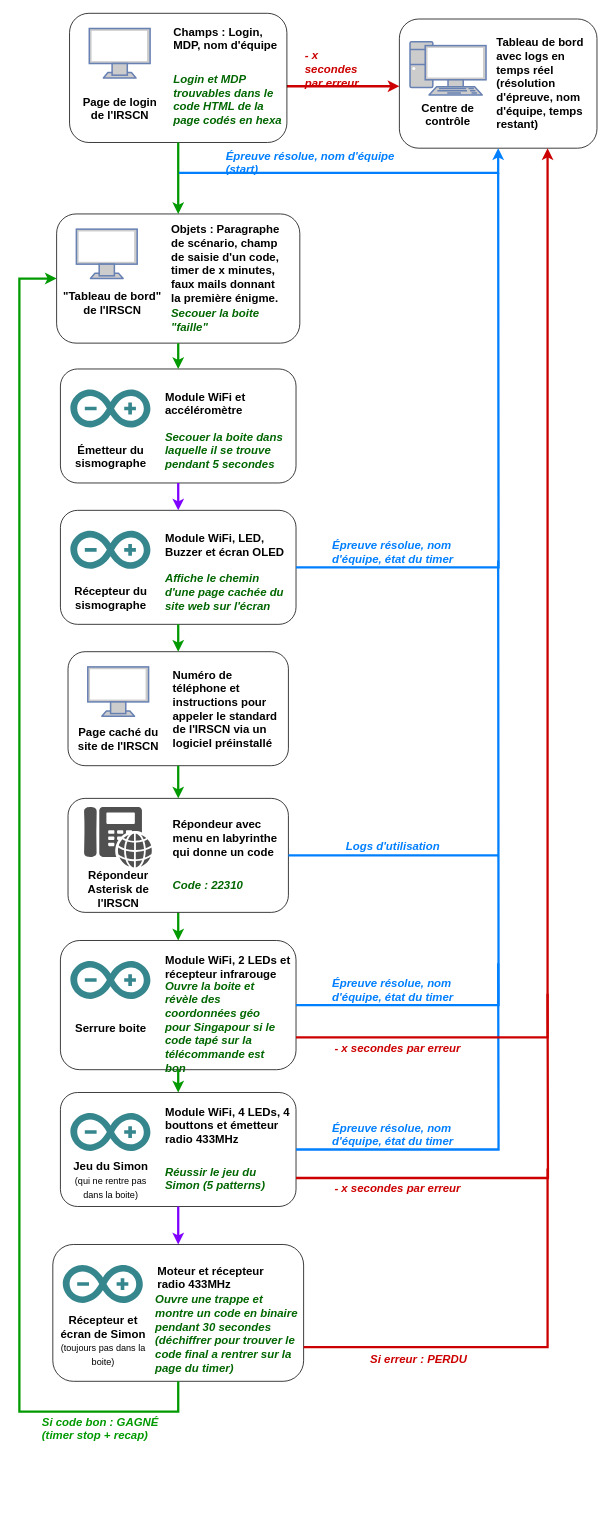
Nolan-BY/EscapeGame keeps this draw.io diagram as Docs/EscapeGameDiagram.drawio. Above is the earlier version. Source tidied: cells renumbered, new cells numbered last; positions are measured from the earlier drawing's top-left corner, leaving out a move shared by most shapes. Both pictures are drawn from the tidied source at 76%, with x=0, y=0 at pixel (19, 13).
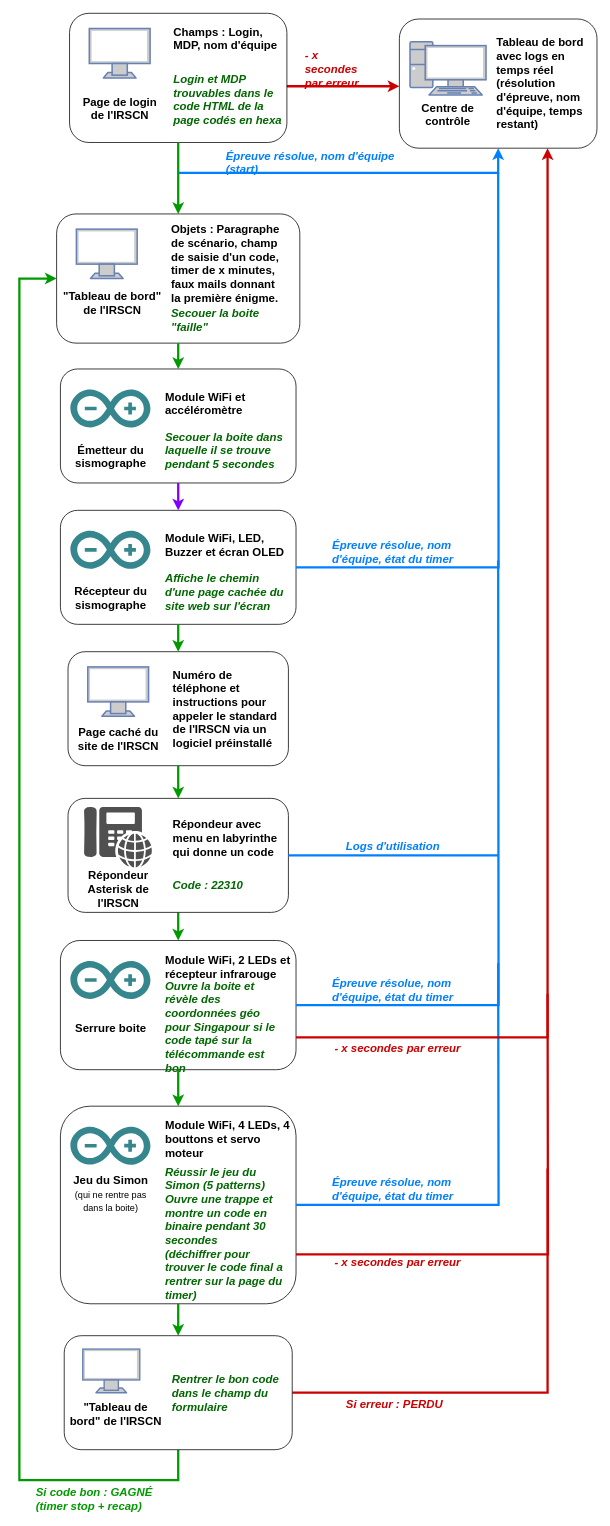
After the change.

Commit message (it also covers changes not shown here):
Diagrams and wifi update

The change refers to these unchanged cells:
```xml
<mxCell id="12" style="rounded=1;whiteSpace=wrap;html=1;fontSize=15;" parent="11" vertex="1">
  <mxGeometry width="320" height="170" as="geometry" />
</mxCell>
```

The edit, as a diff of the source:
```diff
@@
     <mxCell id="40" style="group;" parent="1" vertex="1">
-      <mxGeometry x="54" y="1420" width="310" height="150" as="geometry" />
+      <mxGeometry x="54" y="1438" width="310" height="270" as="geometry" />
     </mxCell>
     <mxCell id="41" style="rounded=1;whiteSpace=wrap;html=1;fontSize=15;" parent="40" vertex="1">
-      <mxGeometry width="310" height="150" as="geometry" />
+      <mxGeometry width="310" height="260" as="geometry" />
     </mxCell>
@@
-    <mxCell id="43" value="Module WiFi, 4 LEDs, 4 bouttons et émetteur radio 433MHz" style="text;html=1;strokeColor=none;fillColor=none;align=left;verticalAlign=middle;whiteSpace=wrap;rounded=0;fontSize=15;fontStyle=1;" parent="40" vertex="1">
+    <mxCell id="43" value="Module WiFi, 4 LEDs, 4 bouttons et servo moteur" style="text;html=1;strokeColor=none;fillColor=none;align=left;verticalAlign=middle;whiteSpace=wrap;rounded=0;fontSize=15;fontStyle=1;" parent="40" vertex="1">
       <mxGeometry x="136" y="18" width="170" height="50" as="geometry" />
     </mxCell>
-    <mxCell id="44" value="Réussir le jeu du Simon (5 patterns)" style="text;html=1;strokeColor=none;fillColor=none;align=left;verticalAlign=middle;whiteSpace=wrap;rounded=0;fontSize=15;fontStyle=3;fontColor=#006600;" parent="40" vertex="1">
-      <mxGeometry x="136" y="91" width="164" height="44" as="geometry" />
+    <mxCell id="44" value="&lt;div&gt;Réussir le jeu du Simon (5 patterns)&lt;/div&gt;&lt;div&gt;Ouvre une trappe et montre un code en binaire pendant 30 secondes &lt;br/&gt;(déchiffrer pour trouver le code final a rentrer sur la page du timer)&lt;/div&gt;" style="text;html=1;strokeColor=none;fillColor=none;align=left;verticalAlign=middle;whiteSpace=wrap;rounded=0;fontSize=15;fontStyle=3;fontColor=#006600;" parent="40" vertex="1">
+      <mxGeometry x="136" y="77" width="164" height="179" as="geometry" />
     </mxCell>
@@
-    <mxCell id="46" style="group;" parent="1" vertex="1">
-      <mxGeometry x="44" y="1620" width="330" height="180" as="geometry" />
-    </mxCell>
-    <mxCell id="47" style="rounded=1;whiteSpace=wrap;html=1;fontSize=15;" parent="46" vertex="1">
-      <mxGeometry width="330" height="180" as="geometry" />
-    </mxCell>
-    <mxCell id="48" value="&lt;div&gt;Récepteur et écran de Simon&lt;/div&gt;&lt;div&gt;&lt;font size=&quot;1&quot;&gt;&lt;span style=&quot;font-weight: normal; font-size: 12px;&quot;&gt;(toujours pas dans la boite)&lt;/span&gt;&lt;/font&gt;&lt;/div&gt;" style="text;html=1;strokeColor=none;fillColor=none;align=center;verticalAlign=middle;whiteSpace=wrap;rounded=0;fontSize=15;fontStyle=1;" parent="46" vertex="1">
-      <mxGeometry x="8.5" y="91" width="114.5" height="69" as="geometry" />
-    </mxCell>
-    <mxCell id="49" value="Moteur et récepteur radio 433MHz" style="text;html=1;strokeColor=none;fillColor=none;align=left;verticalAlign=middle;whiteSpace=wrap;rounded=0;fontSize=15;fontStyle=1;" parent="46" vertex="1">
-      <mxGeometry x="136" y="18" width="170" height="50" as="geometry" />
-    </mxCell>
-    <mxCell id="50" style="dashed=0;html=1;align=center;labelPosition=center;verticalLabelPosition=bottom;verticalAlign=top;shape=mxgraph.weblogos.arduino;fillColor=#36868D;strokeColor=none;" parent="46" vertex="1">
-      <mxGeometry x="13.1" y="27" width="105.3" height="50" as="geometry" />
-    </mxCell>
-    <mxCell id="51" value="Ouvre une trappe et montre un code en binaire pendant 30 secondes (déchiffrer pour trouver le code final a rentrer sur la page du timer)" style="text;html=1;strokeColor=none;fillColor=none;align=left;verticalAlign=middle;whiteSpace=wrap;rounded=0;fontSize=15;fontStyle=3;fontColor=#006600;" parent="46" vertex="1">
-      <mxGeometry x="133" y="67" width="194" height="99" as="geometry" />
-    </mxCell>
@@
-    <mxCell id="65" style="edgeStyle=orthogonalEdgeStyle;rounded=0;jettySize=auto;html=1;exitX=0.5;exitY=1;exitDx=0;exitDy=0;entryX=0.5;entryY=0;entryDx=0;entryDy=0;strokeColor=#7F00FF;strokeWidth=3;fontSize=15;fontColor=#007FFF;endArrow=classic;endFill=1;" parent="1" edge="1" source="41" target="47">
+    <mxCell id="65" style="edgeStyle=orthogonalEdgeStyle;rounded=0;jettySize=auto;html=1;exitX=0.5;exitY=1;exitDx=0;exitDy=0;strokeColor=#009900;strokeWidth=3;fontSize=15;fontColor=#007FFF;endArrow=classic;endFill=1;entryX=0.5;entryY=0;entryDx=0;entryDy=0;" parent="1" edge="1" source="41" target="88">
       <mxGeometry relative="1" as="geometry" />
     </mxCell>
@@
     <mxCell id="68" value="&lt;font&gt;Épreuve résolue, nom d'équipe, état du timer&lt;br&gt;&lt;/font&gt;" style="text;html=1;strokeColor=none;fillColor=none;align=left;verticalAlign=middle;whiteSpace=wrap;rounded=0;fontSize=15;fontStyle=3;fontColor=#007FFF;" parent="1" vertex="1">
-      <mxGeometry x="410" y="1460" width="166" height="30" as="geometry" />
+      <mxGeometry x="410" y="1532" width="166" height="30" as="geometry" />
     </mxCell>
-    <mxCell id="69" style="edgeStyle=orthogonalEdgeStyle;rounded=0;jettySize=auto;html=1;exitX=0.5;exitY=1;exitDx=0;exitDy=0;entryX=0;entryY=0.5;entryDx=0;entryDy=0;strokeColor=#009900;strokeWidth=3;fontSize=15;fontColor=#007FFF;endArrow=classic;endFill=1;" parent="1" edge="1" source="47" target="12">
+    <mxCell id="69" style="edgeStyle=orthogonalEdgeStyle;rounded=0;jettySize=auto;html=1;entryX=0;entryY=0.5;entryDx=0;entryDy=0;strokeColor=#009900;strokeWidth=3;fontSize=15;fontColor=#007FFF;endArrow=classic;endFill=1;exitX=0.5;exitY=1;exitDx=0;exitDy=0;" parent="1" edge="1" source="88" target="12">
       <mxGeometry relative="1" as="geometry">
         <Array as="points">
-          <mxPoint x="209" y="1840" />
-          <mxPoint y="1840" />
+          <mxPoint x="209" y="1930" />
+          <mxPoint y="1930" />
           <mxPoint y="349" />
         </Array>
       </mxGeometry>
     </mxCell>
@@
     <mxCell id="73" value="&lt;font color=&quot;#CC0000&quot;&gt;- x secondes par erreur&lt;/font&gt;" style="text;html=1;strokeColor=none;fillColor=none;align=left;verticalAlign=middle;whiteSpace=wrap;rounded=0;fontSize=15;fontStyle=3;fontColor=#006600;" parent="1" vertex="1">
-      <mxGeometry x="413" y="1530" width="168" height="30" as="geometry" />
+      <mxGeometry x="413" y="1628" width="168" height="30" as="geometry" />
     </mxCell>
-    <mxCell id="74" style="edgeStyle=orthogonalEdgeStyle;rounded=0;jettySize=auto;html=1;strokeColor=#CC0000;strokeWidth=3;fontSize=15;fontColor=#007FFF;endArrow=none;endFill=0;exitX=1;exitY=0.75;exitDx=0;exitDy=0;" parent="1" edge="1" source="47">
+    <mxCell id="74" style="edgeStyle=orthogonalEdgeStyle;rounded=0;jettySize=auto;html=1;strokeColor=#CC0000;strokeWidth=3;fontSize=15;fontColor=#007FFF;endArrow=none;endFill=0;exitX=1;exitY=0.5;exitDx=0;exitDy=0;" parent="1" edge="1" source="88">
       <mxGeometry relative="1" as="geometry">
         <mxPoint x="695" y="1520" as="targetPoint" />
         <Array as="points">
-          <mxPoint x="695" y="1755" />
+          <mxPoint x="695" y="1815" />
         </Array>
       </mxGeometry>
     </mxCell>
     <mxCell id="75" value="&lt;font color=&quot;#CC0000&quot;&gt;Si erreur : PERDU&lt;br&gt;&lt;/font&gt;" style="text;html=1;strokeColor=none;fillColor=none;align=left;verticalAlign=middle;whiteSpace=wrap;rounded=0;fontSize=15;fontStyle=3;fontColor=#006600;" parent="1" vertex="1">
-      <mxGeometry x="460" y="1756" width="130" height="30" as="geometry" />
+      <mxGeometry x="428" y="1814" width="130" height="30" as="geometry" />
     </mxCell>
     <mxCell id="76" value="&lt;font color=&quot;#009900&quot;&gt;Si code bon : GAGNÉ (timer stop + recap)&lt;/font&gt;" style="text;html=1;strokeColor=none;fillColor=none;align=left;verticalAlign=middle;whiteSpace=wrap;rounded=0;fontSize=15;fontStyle=3;fontColor=#007FFF;" parent="1" vertex="1">
-      <mxGeometry x="28" y="1847" width="166" height="30" as="geometry" />
+      <mxGeometry x="20" y="1940" width="166" height="30" as="geometry" />
     </mxCell>
@@
+    <mxCell id="87" style="group;" parent="1" vertex="1">
+      <mxGeometry x="59" y="1740" width="300" height="150" as="geometry" />
+    </mxCell>
+    <mxCell id="88" style="rounded=1;whiteSpace=wrap;html=1;fontSize=15;" parent="87" vertex="1">
+      <mxGeometry width="300" height="150" as="geometry" />
+    </mxCell>
+    <mxCell id="89" style="fontColor=#0066CC;verticalAlign=top;verticalLabelPosition=bottom;labelPosition=center;align=center;html=1;fillColor=#CCCCCC;strokeColor=#6881B3;gradientColor=none;gradientDirection=north;strokeWidth=2;shape=mxgraph.networks.monitor;fontSize=15;" parent="87" vertex="1">
+      <mxGeometry x="24.4" y="17.6" width="75" height="57.4" as="geometry" />
+    </mxCell>
+    <mxCell id="90" value="&quot;Tableau de bord&quot; de l'IRSCN" style="text;html=1;strokeColor=none;fillColor=none;align=center;verticalAlign=middle;whiteSpace=wrap;rounded=0;fontSize=15;fontStyle=1;" parent="87" vertex="1">
+      <mxGeometry x="5.2" y="82.1" width="126.1" height="41.5" as="geometry" />
+    </mxCell>
+    <mxCell id="91" value="Rentrer le bon code dans le champ du formulaire" style="text;html=1;strokeColor=none;fillColor=none;align=left;verticalAlign=middle;whiteSpace=wrap;rounded=0;fontSize=15;fontStyle=3;fontColor=#006600;" parent="87" vertex="1">
+      <mxGeometry x="140" y="51.6" width="155.2" height="46.8" as="geometry" />
+    </mxCell>
```
